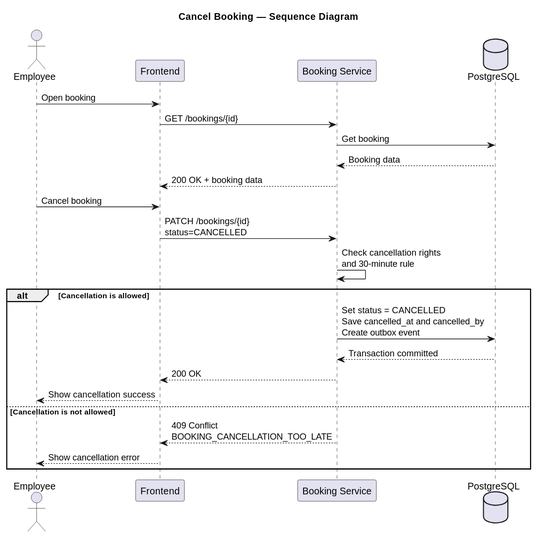
This is docs/images/Sequence_Cancel_Booking.svg from e2ali2/meeting-room-booking-system, a PlantUML export, as it was before one commit.
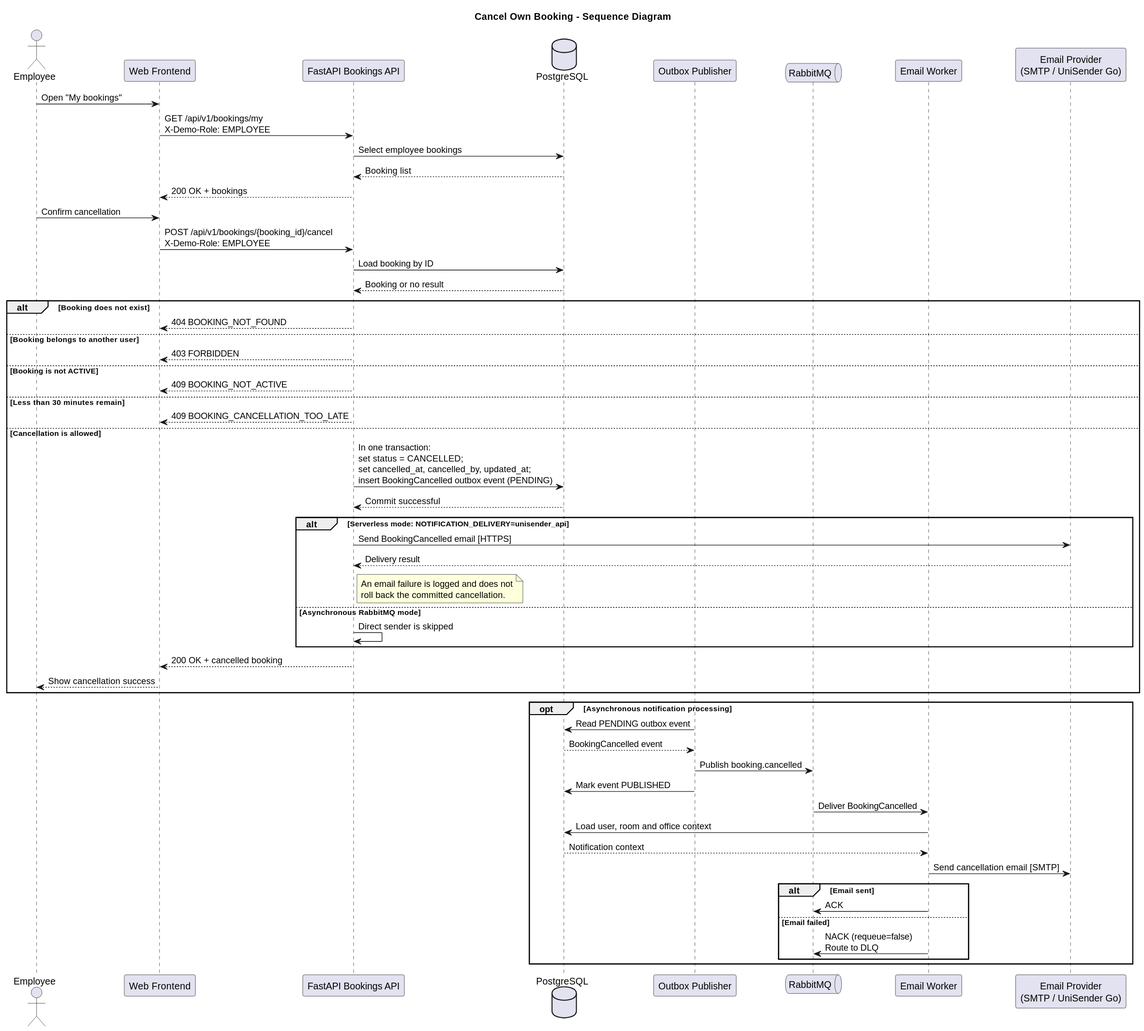
Later version of the same file.

Commit message:
docs: regenerate architecture diagram previews

The edit, as a diff of the source:
```diff
@@ -1,27 +1,66 @@
 @startuml
-title Cancel Booking — Sequence Diagram
+title Cancel Own Booking - Sequence Diagram
 
 actor Employee
-participant Frontend
-participant "Booking Service" as BookingService
+participant "Web Frontend" as Frontend
+participant "FastAPI Bookings API" as API
 database PostgreSQL
-Employee -> Frontend : Open booking
-Frontend -> BookingService : GET /bookings/{id}
-BookingService -> PostgreSQL : Get booking
-PostgreSQL --> BookingService : Booking data
-BookingService --> Frontend : 200 OK + booking data
+participant "Outbox Publisher" as Publisher
+queue RabbitMQ
+participant "Email Worker" as Worker
+participant "Email Provider\n(SMTP / UniSender Go)" as Email
 
-Employee -> Frontend : Cancel booking
-Frontend -> BookingService : PATCH /bookings/{id}\nstatus=CANCELLED
-BookingService -> BookingService : Check cancellation rights\nand 30-minute rule
-alt Cancellation is allowed
-    BookingService -> PostgreSQL : Set status = CANCELLED\nSave cancelled_at and cancelled_by\nCreate outbox event
-    PostgreSQL --> BookingService : Transaction committed
-    BookingService --> Frontend : 200 OK
+Employee -> Frontend : Open "My bookings"
+Frontend -> API : GET /api/v1/bookings/my\nX-Demo-Role: EMPLOYEE
+API -> PostgreSQL : Select employee bookings
+PostgreSQL --> API : Booking list
+API --> Frontend : 200 OK + bookings
+
+Employee -> Frontend : Confirm cancellation
+Frontend -> API : POST /api/v1/bookings/{booking_id}/cancel\nX-Demo-Role: EMPLOYEE
+API -> PostgreSQL : Load booking by ID
+PostgreSQL --> API : Booking or no result
+
+alt Booking does not exist
+    API --> Frontend : 404 BOOKING_NOT_FOUND
+else Booking belongs to another user
+    API --> Frontend : 403 FORBIDDEN
+else Booking is not ACTIVE
+    API --> Frontend : 409 BOOKING_NOT_ACTIVE
+else Less than 30 minutes remain
+    API --> Frontend : 409 BOOKING_CANCELLATION_TOO_LATE
+else Cancellation is allowed
+    API -> PostgreSQL : In one transaction:\nset status = CANCELLED;\nset cancelled_at, cancelled_by, updated_at;\ninsert BookingCancelled outbox event (PENDING)
+    PostgreSQL --> API : Commit successful
+
+    alt Serverless mode: NOTIFICATION_DELIVERY=unisender_api
+        API -> Email : Send BookingCancelled email [HTTPS]
+        Email --> API : Delivery result
+        note right of API
+          An email failure is logged and does not
+          roll back the committed cancellation.
+        end note
+    else Asynchronous RabbitMQ mode
+        API -> API : Direct sender is skipped
+    end
+
+    API --> Frontend : 200 OK + cancelled booking
     Frontend --> Employee : Show cancellation success
+end
 
-else Cancellation is not allowed
-    BookingService --> Frontend : 409 Conflict\nBOOKING_CANCELLATION_TOO_LATE
-    Frontend --> Employee : Show cancellation error
+opt Asynchronous notification processing
+    Publisher -> PostgreSQL : Read PENDING outbox event
+    PostgreSQL --> Publisher : BookingCancelled event
+    Publisher -> RabbitMQ : Publish booking.cancelled
+    Publisher -> PostgreSQL : Mark event PUBLISHED
+    RabbitMQ -> Worker : Deliver BookingCancelled
+    Worker -> PostgreSQL : Load user, room and office context
+    PostgreSQL --> Worker : Notification context
+    Worker -> Email : Send cancellation email [SMTP]
+    alt Email sent
+        Worker -> RabbitMQ : ACK
+    else Email failed
+        Worker -> RabbitMQ : NACK (requeue=false)\nRoute to DLQ
+    end
 end
 @enduml
```
